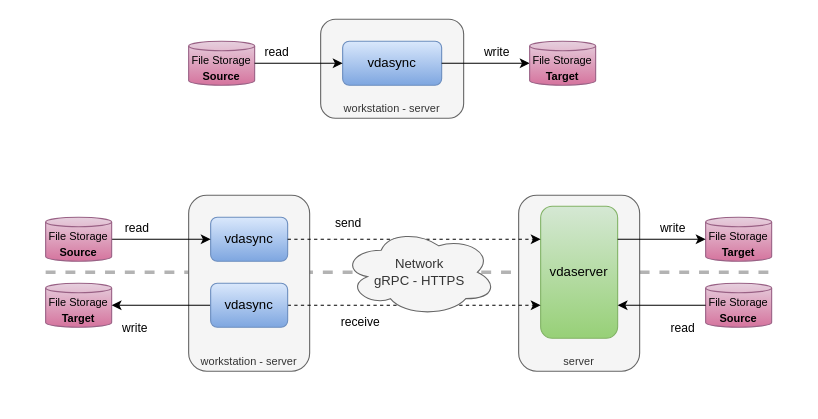
Earlier version of the draw.io diagram page "remote" (2 of 11) of docs/images/vdasync.drawio (t-beigbeder/vdasync). Source tidied: cells renumbered, new cells numbered last; positions are measured from the earlier drawing's top-left corner, leaving out a move shared by most shapes. Both pictures are drawn from the tidied source at 110%, with x=0, y=0 at pixel (45, 19).
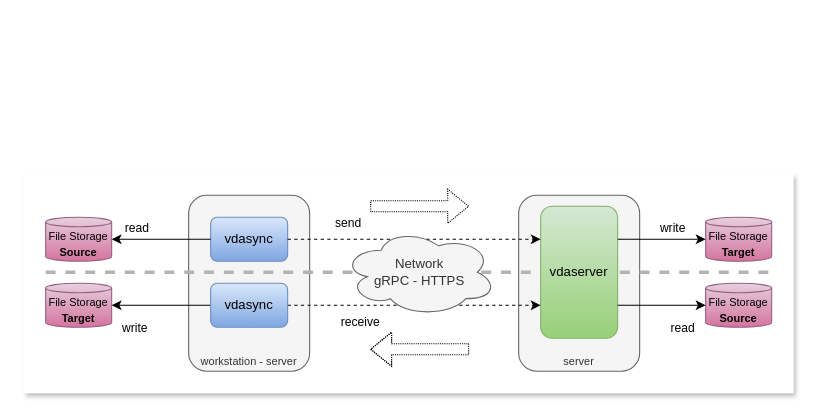
The same diagram, later.

The change refers to these unchanged cells:
```xml
<mxCell id="10" value="vdasync" style="rounded=1;whiteSpace=wrap;html=1;fillColor=#dae8fc;strokeColor=#6c8ebf;gradientColor=#7ea6e0;" parent="1" vertex="1">
  <mxGeometry x="150" y="180" width="70" height="40" as="geometry" />
</mxCell>
<mxCell id="13" value="&lt;font style=&quot;font-size: 10px;&quot;&gt;File Storage&lt;/font&gt;&lt;div&gt;&lt;font style=&quot;font-size: 10px;&quot;&gt;&lt;b&gt;Source&lt;/b&gt;&lt;/font&gt;&lt;/div&gt;" style="shape=cylinder3;whiteSpace=wrap;html=1;boundedLbl=1;backgroundOutline=1;size=4.3333333333334;fillColor=#e6d0de;strokeColor=#996185;gradientColor=#d5739d;" parent="1" vertex="1">
  <mxGeometry y="180" width="60" height="40" as="geometry" />
</mxCell>
<mxCell id="16" value="vdaserver" style="rounded=1;whiteSpace=wrap;html=1;fillColor=#d5e8d4;strokeColor=#82b366;gradientColor=#97d077;" parent="1" vertex="1">
  <mxGeometry x="450" y="170" width="70" height="120" as="geometry" />
</mxCell>
<mxCell id="19" value="&lt;font style=&quot;font-size: 10px;&quot;&gt;File Storage&lt;/font&gt;&lt;div&gt;&lt;font style=&quot;font-size: 10px;&quot;&gt;&lt;b&gt;Source&lt;/b&gt;&lt;/font&gt;&lt;/div&gt;" style="shape=cylinder3;whiteSpace=wrap;html=1;boundedLbl=1;backgroundOutline=1;size=4.3333333333334;fillColor=#e6d0de;strokeColor=#996185;gradientColor=#d5739d;" parent="1" vertex="1">
  <mxGeometry x="600" y="240" width="60" height="40" as="geometry" />
</mxCell>
```

What changed in the source:
```diff
@@
+    <mxCell id="25" style="rounded=0;whiteSpace=wrap;html=1;shadow=1;glass=0;strokeColor=none;" parent="1" vertex="1">
+      <mxGeometry x="-20" y="140" width="700" height="200" as="geometry" />
+    </mxCell>
+    <mxCell id="4" value="server" style="rounded=1;whiteSpace=wrap;html=1;verticalAlign=bottom;fillColor=#f5f5f5;fontColor=#333333;strokeColor=#666666;fontSize=10;" parent="1" vertex="1">
+      <mxGeometry x="430" y="160" width="110" height="160" as="geometry" />
+    </mxCell>
+    <mxCell id="3" value="workstation - server" style="rounded=1;whiteSpace=wrap;html=1;verticalAlign=bottom;fillColor=#f5f5f5;fontColor=#333333;strokeColor=#666666;fontSize=10;" parent="1" vertex="1">
+      <mxGeometry x="130" y="160" width="110" height="160" as="geometry" />
+    </mxCell>
@@
-    <mxCell id="3" value="workstation - server" style="rounded=1;whiteSpace=wrap;html=1;verticalAlign=bottom;fillColor=#f5f5f5;fontColor=#333333;strokeColor=#666666;fontSize=10;" parent="1" vertex="1">
-      <mxGeometry x="130" y="160" width="110" height="160" as="geometry" />
-    </mxCell>
-    <mxCell id="4" value="server" style="rounded=1;whiteSpace=wrap;html=1;verticalAlign=bottom;fillColor=#f5f5f5;fontColor=#333333;strokeColor=#666666;fontSize=10;" parent="1" vertex="1">
-      <mxGeometry x="430" y="160" width="110" height="160" as="geometry" />
-    </mxCell>
-    <mxCell id="5" value="workstation - server" style="rounded=1;whiteSpace=wrap;html=1;verticalAlign=bottom;fillColor=#f5f5f5;fontColor=#333333;strokeColor=#666666;fontSize=10;" parent="1" vertex="1">
-      <mxGeometry x="250" width="130" height="90" as="geometry" />
-    </mxCell>
-    <mxCell id="6" value="vdasync" style="rounded=1;whiteSpace=wrap;html=1;fillColor=#dae8fc;strokeColor=#6c8ebf;gradientColor=#7ea6e0;" parent="1" vertex="1">
-      <mxGeometry x="270" y="20" width="90" height="40" as="geometry" />
-    </mxCell>
-    <mxCell id="7" value="&lt;font style=&quot;font-size: 10px;&quot;&gt;File Storage&lt;/font&gt;&lt;div&gt;&lt;font style=&quot;font-size: 10px;&quot;&gt;&lt;b&gt;Source&lt;/b&gt;&lt;/font&gt;&lt;/div&gt;" style="shape=cylinder3;whiteSpace=wrap;html=1;boundedLbl=1;backgroundOutline=1;size=4.3333333333334;fillColor=#e6d0de;strokeColor=#996185;gradientColor=#d5739d;" parent="1" vertex="1">
-      <mxGeometry x="130" y="20" width="60" height="40" as="geometry" />
-    </mxCell>
-    <mxCell id="8" value="read" style="endArrow=classic;html=1;rounded=0;entryX=0;entryY=0.5;entryDx=0;entryDy=0;exitX=1;exitY=0.5;exitDx=0;exitDy=0;exitPerimeter=0;" parent="1" edge="1" source="7" target="6">
-      <mxGeometry x="-0.5" y="10" relative="1" as="geometry" />
-    </mxCell>
-    <mxCell id="9" value="write" style="endArrow=classic;html=1;rounded=0;entryX=0;entryY=0.5;entryDx=0;entryDy=0;exitX=1;exitY=0.5;exitDx=0;exitDy=0;entryPerimeter=0;" parent="1" edge="1" source="6" target="12">
-      <mxGeometry x="0.25" y="10" relative="1" as="geometry" />
-    </mxCell>
@@
-    <mxCell id="11" value="read" style="endArrow=classic;html=1;rounded=0;entryX=0;entryY=0.5;entryDx=0;entryDy=0;exitX=1;exitY=0.5;exitDx=0;exitDy=0;exitPerimeter=0;" parent="1" edge="1" source="13" target="10">
+    <mxCell id="11" value="read" style="endArrow=none;html=1;rounded=0;entryX=0;entryY=0.5;entryDx=0;entryDy=0;exitX=1;exitY=0.5;exitDx=0;exitDy=0;exitPerimeter=0;endFill=0;startArrow=classic;startFill=1;" parent="1" edge="1" source="13" target="10">
       <mxGeometry x="-0.5" y="10" relative="1" as="geometry" />
     </mxCell>
-    <mxCell id="12" value="&lt;font style=&quot;font-size: 10px;&quot;&gt;File Storage&lt;/font&gt;&lt;div&gt;&lt;font style=&quot;font-size: 10px;&quot;&gt;&lt;b&gt;Target&lt;/b&gt;&lt;/font&gt;&lt;/div&gt;" style="shape=cylinder3;whiteSpace=wrap;html=1;boundedLbl=1;backgroundOutline=1;size=4.3333333333334;fillColor=#e6d0de;strokeColor=#996185;gradientColor=#d5739d;" parent="1" vertex="1">
-      <mxGeometry x="440" y="20" width="60" height="40" as="geometry" />
-    </mxCell>
@@
-    <mxCell id="22" value="read" style="endArrow=classic;html=1;rounded=0;entryX=1;entryY=0.75;entryDx=0;entryDy=0;exitX=0;exitY=0.5;exitDx=0;exitDy=0;exitPerimeter=0;" parent="1" edge="1" source="19" target="16">
+    <mxCell id="22" value="read" style="endArrow=none;html=1;rounded=0;entryX=1;entryY=0.75;entryDx=0;entryDy=0;exitX=0;exitY=0.5;exitDx=0;exitDy=0;exitPerimeter=0;startArrow=classic;startFill=1;endFill=0;" parent="1" edge="1" source="19" target="16">
       <mxGeometry x="-0.47" y="21" relative="1" as="geometry" />
     </mxCell>
@@
+    <mxCell id="26" style="shape=flexArrow;endArrow=classic;html=1;rounded=0;dashed=1;dashPattern=1 1;" parent="1" edge="1">
+      <mxGeometry relative="1" as="geometry">
+        <mxPoint x="295" y="170" as="sourcePoint" />
+        <mxPoint x="385" y="170" as="targetPoint" />
+      </mxGeometry>
+    </mxCell>
+    <mxCell id="27" style="shape=flexArrow;endArrow=classic;html=1;rounded=0;dashed=1;dashPattern=1 1;" parent="1" edge="1">
+      <mxGeometry relative="1" as="geometry">
+        <mxPoint x="385" y="300" as="sourcePoint" />
+        <mxPoint x="295" y="300" as="targetPoint" />
+        <Array as="points">
+          <mxPoint x="380" y="300" />
+        </Array>
+      </mxGeometry>
+    </mxCell>
```
